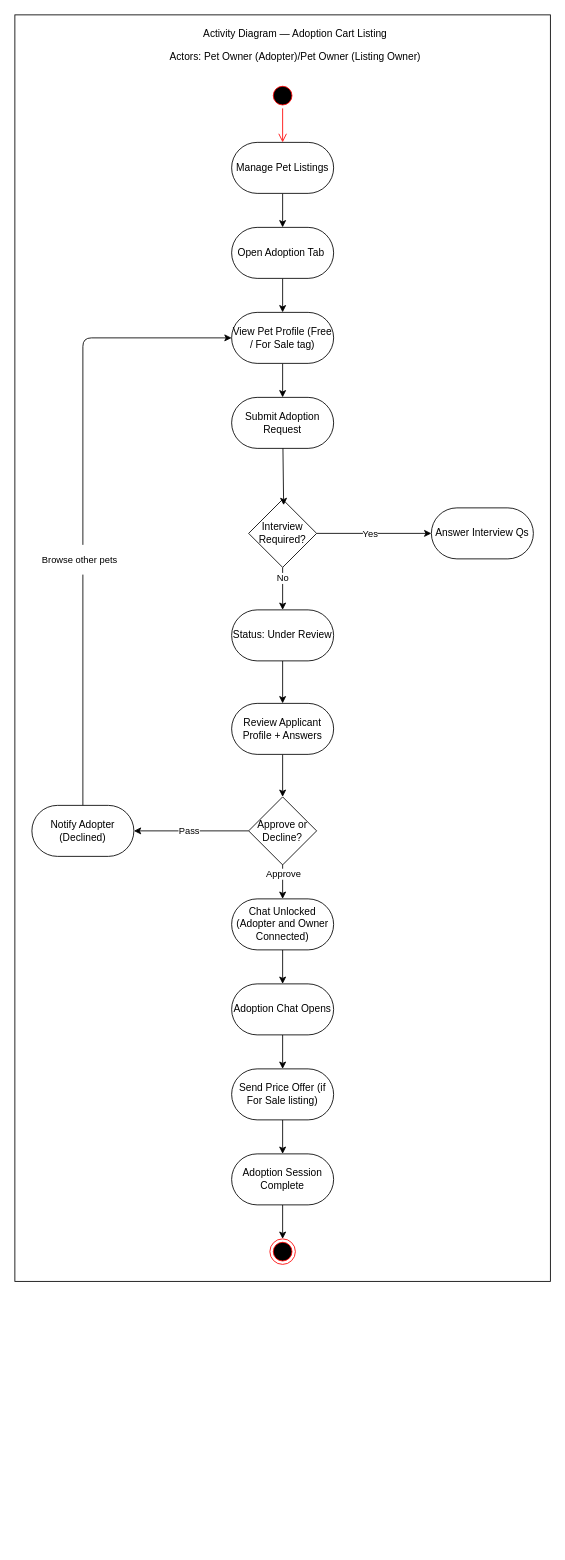
Earlier version of the draw.io diagram ActivityDiagram_Figure8_USALLA.drawio (Chels013/Breedr-Diagrams). Source tidied: cells renumbered, new cells numbered last; positions are measured from the earlier drawing's top-left corner, leaving out a move shared by most shapes. Both pictures are drawn from the tidied source at 85%, with x=0, y=0 at pixel (14, 14).
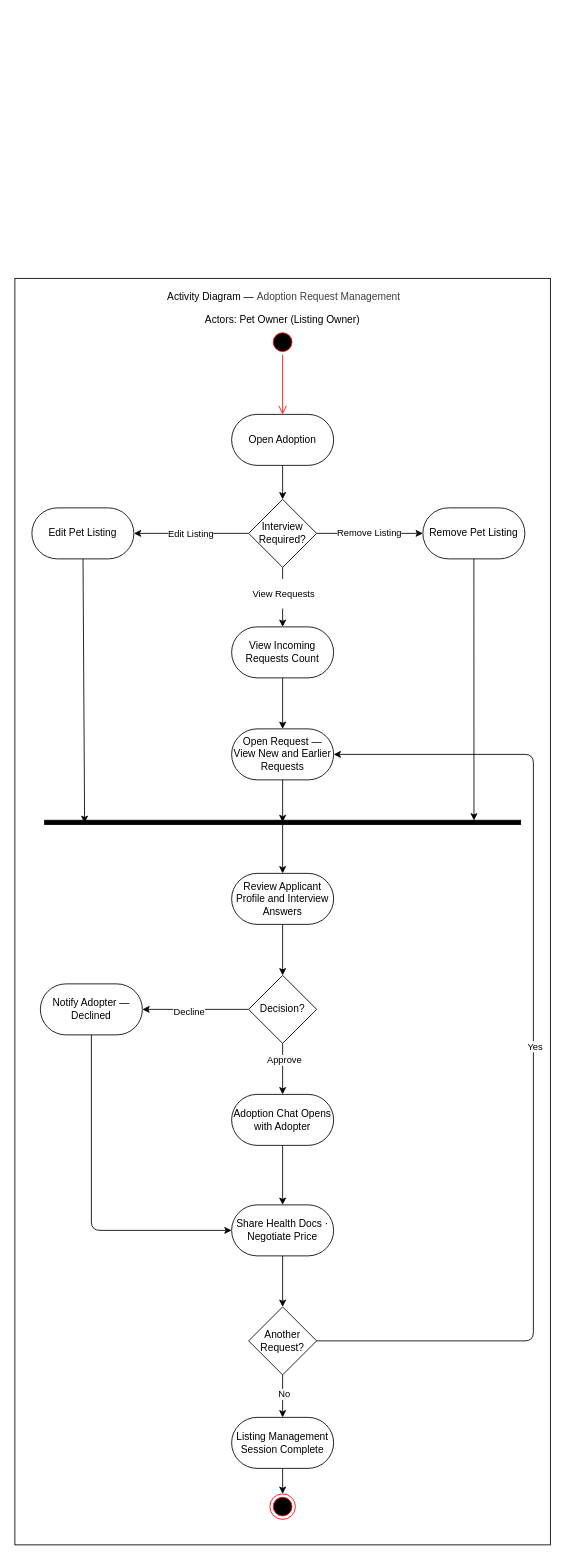
The same diagram, later.

The edit, as a diff of the source:
```diff
@@
-    <mxCell id="2" style="rounded=0;whiteSpace=wrap;html=1;" parent="1" vertex="1">
-      <mxGeometry width="630" height="1490" as="geometry" />
-    </mxCell>
-    <mxCell id="3" value="&lt;p&gt;&amp;nbsp;Activity Diagram — Adoption Cart Listing&amp;nbsp;&lt;/p&gt;&lt;p&gt;Actors: Pet Owner (Adopter)/Pet Owner (Listing Owner)&lt;/p&gt;" style="text;html=1;align=center;verticalAlign=middle;whiteSpace=wrap;rounded=0;" parent="1" vertex="1">
-      <mxGeometry x="100" y="20" width="460" height="30" as="geometry" />
-    </mxCell>
-    <mxCell id="4" style="edgeStyle=none;html=1;entryX=0.5;entryY=0;entryDx=0;entryDy=0;" parent="1" edge="1" source="5" target="9">
-      <mxGeometry relative="1" as="geometry" />
-    </mxCell>
-    <mxCell id="5" value="&lt;p&gt;Manage Pet Listings&lt;/p&gt;" style="rounded=1;whiteSpace=wrap;html=1;arcSize=50;" parent="1" vertex="1">
-      <mxGeometry x="255" y="150" width="120" height="60" as="geometry" />
-    </mxCell>
-    <mxCell id="6" style="ellipse;html=1;shape=startState;fillColor=#000000;strokeColor=#ff0000;" parent="1" vertex="1">
-      <mxGeometry x="300" y="80" width="30" height="30" as="geometry" />
-    </mxCell>
-    <mxCell id="7" style="edgeStyle=orthogonalEdgeStyle;html=1;verticalAlign=bottom;endArrow=open;endSize=8;strokeColor=#ff0000;entryX=0.5;entryY=0;entryDx=0;entryDy=0;" parent="1" edge="1" source="6" target="5">
-      <mxGeometry relative="1" as="geometry" />
-    </mxCell>
-    <mxCell id="8" style="edgeStyle=none;html=1;" parent="1" edge="1" source="9" target="11">
-      <mxGeometry relative="1" as="geometry" />
-    </mxCell>
-    <mxCell id="9" value="&lt;p&gt;Open Adoption Tab&amp;nbsp;&lt;/p&gt;" style="rounded=1;whiteSpace=wrap;html=1;arcSize=50;" parent="1" vertex="1">
-      <mxGeometry x="255" y="250" width="120" height="60" as="geometry" />
-    </mxCell>
-    <mxCell id="10" style="edgeStyle=none;html=1;" parent="1" edge="1" source="11" target="12">
-      <mxGeometry relative="1" as="geometry" />
-    </mxCell>
-    <mxCell id="11" value="&lt;p&gt;View Pet Profile (Free / For Sale tag)&lt;/p&gt;" style="rounded=1;whiteSpace=wrap;html=1;arcSize=50;" parent="1" vertex="1">
-      <mxGeometry x="255" y="350" width="120" height="60" as="geometry" />
-    </mxCell>
-    <mxCell id="12" value="&lt;p&gt;Submit Adoption Request&lt;/p&gt;" style="rounded=1;whiteSpace=wrap;html=1;arcSize=50;" parent="1" vertex="1">
-      <mxGeometry x="255" y="450" width="120" height="60" as="geometry" />
-    </mxCell>
-    <mxCell id="13" style="edgeStyle=none;html=1;entryX=0.5;entryY=0;entryDx=0;entryDy=0;" parent="1" edge="1" source="17" target="20">
-      <mxGeometry relative="1" as="geometry" />
-    </mxCell>
+    <mxCell id="41" style="rounded=0;whiteSpace=wrap;html=1;" parent="1" vertex="1">
+      <mxGeometry y="310" width="630" height="1490" as="geometry" />
+    </mxCell>
+    <mxCell id="42" value="&lt;p&gt;&amp;nbsp;Activity Diagram —&amp;nbsp;&lt;span style=&quot;color: rgb(63, 63, 63); background-color: transparent;&quot;&gt;Adoption Request Management&lt;/span&gt;&lt;/p&gt;&lt;p&gt;Actors: Pet Owner (Listing Owner)&lt;/p&gt;" style="text;html=1;align=center;verticalAlign=middle;whiteSpace=wrap;rounded=0;" parent="1" vertex="1">
+      <mxGeometry x="85" y="330" width="460" height="30" as="geometry" />
+    </mxCell>
+    <mxCell id="43" style="ellipse;html=1;shape=startState;fillColor=#000000;strokeColor=#ff0000;" parent="1" vertex="1">
+      <mxGeometry x="300" y="370" width="30" height="30" as="geometry" />
+    </mxCell>
+    <mxCell id="44" style="edgeStyle=orthogonalEdgeStyle;html=1;verticalAlign=bottom;endArrow=open;endSize=8;strokeColor=#ff0000;entryX=0.5;entryY=0;entryDx=0;entryDy=0;" parent="1" edge="1" source="43" target="46">
+      <mxGeometry relative="1" as="geometry" />
+    </mxCell>
+    <mxCell id="45" style="edgeStyle=none;html=1;entryX=0.5;entryY=0;entryDx=0;entryDy=0;" parent="1" edge="1" source="46" target="17">
+      <mxGeometry relative="1" as="geometry" />
+    </mxCell>
+    <mxCell id="46" value="&lt;p&gt;Open Adoption&lt;/p&gt;" style="rounded=1;whiteSpace=wrap;html=1;arcSize=50;" parent="1" vertex="1">
+      <mxGeometry x="255" y="470" width="120" height="60" as="geometry" />
+    </mxCell>
+    <mxCell id="47" style="edgeStyle=none;html=1;" parent="1" edge="1" source="17" target="54">
+      <mxGeometry relative="1" as="geometry" />
+    </mxCell>
+    <mxCell id="48" value="&lt;p&gt;Remove Listing&lt;/p&gt;" style="edgeLabel;html=1;align=center;verticalAlign=middle;" parent="47" vertex="1">
+      <mxGeometry x="-0.01" y="2" relative="1" as="geometry">
+        <mxPoint x="-1" as="offset" />
+      </mxGeometry>
+    </mxCell>
+    <mxCell id="49" style="edgeStyle=none;html=1;" parent="1" edge="1" source="17" target="55">
+      <mxGeometry relative="1" as="geometry" />
+    </mxCell>
+    <mxCell id="50" value="&lt;p&gt;Edit Listing&lt;/p&gt;" style="edgeLabel;html=1;align=center;verticalAlign=middle;" parent="49" vertex="1">
+      <mxGeometry x="0.01" relative="1" as="geometry">
+        <mxPoint x="-1" as="offset" />
+      </mxGeometry>
+    </mxCell>
+    <mxCell id="51" style="edgeStyle=none;html=1;" parent="1" edge="1" source="17" target="57">
+      <mxGeometry relative="1" as="geometry" />
+    </mxCell>
+    <mxCell id="52" value="&lt;p&gt;View Requests&lt;/p&gt;" style="edgeLabel;html=1;align=center;verticalAlign=middle;" parent="51" vertex="1">
+      <mxGeometry x="-0.49" y="1" relative="1" as="geometry">
+        <mxPoint x="-1" y="12" as="offset" />
+      </mxGeometry>
+    </mxCell>
+    <mxCell id="17" value="&lt;p&gt;Interview Required?&lt;/p&gt;" style="rhombus;whiteSpace=wrap;html=1;" parent="1" vertex="1">
+      <mxGeometry x="275" y="570" width="80" height="80" as="geometry" />
+    </mxCell>
+    <mxCell id="53" style="ellipse;html=1;shape=endState;fillColor=#000000;strokeColor=#ff0000;" parent="1" vertex="1">
+      <mxGeometry x="300" y="1740" width="30" height="30" as="geometry" />
+    </mxCell>
+    <mxCell id="54" value="&lt;p&gt;Remove Pet Listing&lt;/p&gt;" style="rounded=1;whiteSpace=wrap;html=1;arcSize=50;" parent="1" vertex="1">
+      <mxGeometry x="480" y="580" width="120" height="60" as="geometry" />
+    </mxCell>
+    <mxCell id="55" value="&lt;p&gt;Edit Pet Listing&lt;/p&gt;" style="rounded=1;whiteSpace=wrap;html=1;arcSize=50;" parent="1" vertex="1">
+      <mxGeometry x="20" y="580" width="120" height="60" as="geometry" />
+    </mxCell>
+    <mxCell id="56" style="edgeStyle=none;html=1;" parent="1" edge="1" source="57" target="58">
+      <mxGeometry relative="1" as="geometry" />
+    </mxCell>
+    <mxCell id="57" value="&lt;p&gt;View Incoming Requests Count&lt;/p&gt;" style="rounded=1;whiteSpace=wrap;html=1;arcSize=50;" parent="1" vertex="1">
+      <mxGeometry x="255" y="720" width="120" height="60" as="geometry" />
+    </mxCell>
+    <mxCell id="58" value="&lt;p&gt;Open Request — View New and Earlier Requests&lt;/p&gt;" style="rounded=1;whiteSpace=wrap;html=1;arcSize=50;" parent="1" vertex="1">
+      <mxGeometry x="255" y="840" width="120" height="60" as="geometry" />
+    </mxCell>
+    <mxCell id="59" style="edgeStyle=none;html=1;" parent="1" edge="1" source="60" target="66">
+      <mxGeometry relative="1" as="geometry" />
+    </mxCell>
+    <mxCell id="60" value="&lt;p&gt;Review Applicant Profile and Interview Answers&lt;/p&gt;" style="rounded=1;whiteSpace=wrap;html=1;arcSize=50;" parent="1" vertex="1">
+      <mxGeometry x="255" y="1010" width="120" height="60" as="geometry" />
+    </mxCell>
+    <mxCell id="61" style="edgeStyle=none;html=1;entryX=0;entryY=0.5;entryDx=0;entryDy=0;" parent="1" edge="1" source="62" target="70">
+      <mxGeometry relative="1" as="geometry">
+        <Array as="points">
+          <mxPoint x="90" y="1430" />
+        </Array>
+      </mxGeometry>
+    </mxCell>
+    <mxCell id="62" value="&lt;p&gt;Notify Adopter — Declined&lt;/p&gt;" style="rounded=1;whiteSpace=wrap;html=1;arcSize=50;" parent="1" vertex="1">
+      <mxGeometry x="30" y="1140" width="120" height="60" as="geometry" />
+    </mxCell>
+    <mxCell id="63" style="edgeStyle=none;html=1;" parent="1" edge="1" source="66" target="62">
+      <mxGeometry relative="1" as="geometry" />
+    </mxCell>
+    <mxCell id="64" value="&lt;p&gt;Decline&lt;/p&gt;" style="edgeLabel;html=1;align=center;verticalAlign=middle;" parent="63" vertex="1">
+      <mxGeometry x="0.13" y="2" relative="1" as="geometry" />
+    </mxCell>
+    <mxCell id="65" style="edgeStyle=none;html=1;entryX=0.5;entryY=0;entryDx=0;entryDy=0;" parent="1" edge="1" source="66" target="68">
+      <mxGeometry relative="1" as="geometry" />
+    </mxCell>
+    <mxCell id="24" value="Approve" style="edgeLabel;html=1;align=center;verticalAlign=middle;" parent="65" vertex="1">
+      <mxGeometry x="-0.38" y="1" relative="1" as="geometry" />
+    </mxCell>
+    <mxCell id="66" value="&lt;p&gt;Decision?&lt;/p&gt;" style="rhombus;whiteSpace=wrap;html=1;" parent="1" vertex="1">
+      <mxGeometry x="275" y="1130" width="80" height="80" as="geometry" />
+    </mxCell>
+    <mxCell id="67" style="edgeStyle=none;html=1;" parent="1" edge="1" source="68" target="70">
+      <mxGeometry relative="1" as="geometry" />
+    </mxCell>
+    <mxCell id="68" value="&lt;p&gt;Adoption Chat Opens with Adopter&lt;/p&gt;" style="rounded=1;whiteSpace=wrap;html=1;arcSize=50;" parent="1" vertex="1">
+      <mxGeometry x="255" y="1270" width="120" height="60" as="geometry" />
+    </mxCell>
+    <mxCell id="69" style="edgeStyle=none;html=1;entryX=0.5;entryY=0;entryDx=0;entryDy=0;" parent="1" edge="1" source="70" target="73">
+      <mxGeometry relative="1" as="geometry" />
+    </mxCell>
+    <mxCell id="70" value="&lt;p&gt;Share Health Docs · Negotiate Price&lt;/p&gt;" style="rounded=1;whiteSpace=wrap;html=1;arcSize=50;" parent="1" vertex="1">
+      <mxGeometry x="255" y="1400" width="120" height="60" as="geometry" />
+    </mxCell>
+    <mxCell id="71" style="edgeStyle=none;html=1;" parent="1" edge="1" source="73" target="75">
+      <mxGeometry relative="1" as="geometry" />
+    </mxCell>
-    <mxCell id="14" value="No" style="edgeLabel;html=1;align=center;verticalAlign=middle;" parent="13" vertex="1">
-      <mxGeometry x="-0.53" y="-1" relative="1" as="geometry" />
+    <mxCell id="14" value="No" style="edgeLabel;html=1;align=center;verticalAlign=middle;" parent="71" vertex="1">
+      <mxGeometry x="-0.14" y="1" relative="1" as="geometry" />
     </mxCell>
-    <mxCell id="15" style="edgeStyle=none;html=1;entryX=0;entryY=0.5;entryDx=0;entryDy=0;" parent="1" edge="1" source="17" target="18">
-      <mxGeometry relative="1" as="geometry" />
-    </mxCell>
+    <mxCell id="72" style="edgeStyle=none;html=1;entryX=1;entryY=0.5;entryDx=0;entryDy=0;" parent="1" edge="1" source="73" target="58">
+      <mxGeometry relative="1" as="geometry">
+        <Array as="points">
+          <mxPoint x="610" y="1560" />
+          <mxPoint x="610" y="870" />
+        </Array>
+      </mxGeometry>
+    </mxCell>
-    <mxCell id="16" value="Yes" style="edgeLabel;html=1;align=center;verticalAlign=middle;" parent="15" vertex="1">
-      <mxGeometry x="-0.08" relative="1" as="geometry" />
+    <mxCell id="16" value="Yes" style="edgeLabel;html=1;align=center;verticalAlign=middle;" parent="72" vertex="1">
+      <mxGeometry x="0.02" y="-1" relative="1" as="geometry" />
     </mxCell>
-    <mxCell id="17" value="&lt;p&gt;Interview Required?&lt;/p&gt;" style="rhombus;whiteSpace=wrap;html=1;" parent="1" vertex="1">
-      <mxGeometry x="275" y="570" width="80" height="80" as="geometry" />
-    </mxCell>
-    <mxCell id="18" value="&lt;p&gt;Answer Interview Qs&lt;/p&gt;" style="rounded=1;whiteSpace=wrap;html=1;arcSize=50;" parent="1" vertex="1">
-      <mxGeometry x="490" y="580" width="120" height="60" as="geometry" />
-    </mxCell>
-    <mxCell id="19" style="edgeStyle=none;html=1;entryX=0.5;entryY=0;entryDx=0;entryDy=0;" parent="1" edge="1" source="20" target="22">
-      <mxGeometry relative="1" as="geometry" />
-    </mxCell>
-    <mxCell id="20" value="&lt;p&gt;Status: Under Review&lt;/p&gt;" style="rounded=1;whiteSpace=wrap;html=1;arcSize=50;" parent="1" vertex="1">
-      <mxGeometry x="255" y="700" width="120" height="60" as="geometry" />
-    </mxCell>
-    <mxCell id="21" style="edgeStyle=none;html=1;" parent="1" edge="1" source="22" target="27">
-      <mxGeometry relative="1" as="geometry" />
-    </mxCell>
-    <mxCell id="22" value="&lt;p&gt;Review Applicant Profile + Answers&lt;/p&gt;" style="rounded=1;whiteSpace=wrap;html=1;arcSize=50;" parent="1" vertex="1">
-      <mxGeometry x="255" y="810" width="120" height="60" as="geometry" />
-    </mxCell>
-    <mxCell id="23" style="edgeStyle=none;html=1;entryX=0.5;entryY=0;entryDx=0;entryDy=0;" parent="1" edge="1" source="27" target="32">
-      <mxGeometry relative="1" as="geometry" />
-    </mxCell>
-    <mxCell id="24" value="Approve" style="edgeLabel;html=1;align=center;verticalAlign=middle;" parent="23" vertex="1">
-      <mxGeometry x="-0.58" y="-2" relative="1" as="geometry">
-        <mxPoint x="2" y="2" as="offset" />
-      </mxGeometry>
-    </mxCell>
-    <mxCell id="25" style="edgeStyle=none;html=1;entryX=1;entryY=0.5;entryDx=0;entryDy=0;" parent="1" edge="1" source="27" target="30">
-      <mxGeometry relative="1" as="geometry" />
-    </mxCell>
-    <mxCell id="26" value="Pass" style="edgeLabel;html=1;align=center;verticalAlign=middle;" parent="25" vertex="1">
-      <mxGeometry x="0.05" y="-1" relative="1" as="geometry" />
-    </mxCell>
-    <mxCell id="27" value="&lt;p&gt;Approve or Decline?&lt;/p&gt;" style="rhombus;whiteSpace=wrap;html=1;" parent="1" vertex="1">
-      <mxGeometry x="275" y="920" width="80" height="80" as="geometry" />
-    </mxCell>
-    <mxCell id="28" style="edgeStyle=none;html=1;entryX=0;entryY=0.5;entryDx=0;entryDy=0;" parent="1" edge="1" source="30" target="11">
-      <mxGeometry relative="1" as="geometry">
-        <Array as="points">
-          <mxPoint x="80" y="380" />
-        </Array>
-      </mxGeometry>
-    </mxCell>
-    <mxCell id="29" value="&lt;p&gt;Browse other pets&lt;/p&gt;" style="edgeLabel;html=1;align=center;verticalAlign=middle;" parent="28" vertex="1">
-      <mxGeometry x="-0.2" y="5" relative="1" as="geometry" />
-    </mxCell>
-    <mxCell id="30" value="&lt;p&gt;Notify Adopter (Declined)&lt;/p&gt;" style="rounded=1;whiteSpace=wrap;html=1;arcSize=50;" parent="1" vertex="1">
-      <mxGeometry x="20" y="930" width="120" height="60" as="geometry" />
-    </mxCell>
-    <mxCell id="31" style="edgeStyle=none;html=1;" parent="1" edge="1" source="32" target="34">
-      <mxGeometry relative="1" as="geometry" />
-    </mxCell>
-    <mxCell id="32" value="&lt;p&gt;Chat Unlocked (Adopter and Owner Connected)&lt;/p&gt;" style="rounded=1;whiteSpace=wrap;html=1;arcSize=50;" parent="1" vertex="1">
-      <mxGeometry x="255" y="1040" width="120" height="60" as="geometry" />
-    </mxCell>
-    <mxCell id="33" style="edgeStyle=none;html=1;entryX=0.5;entryY=0;entryDx=0;entryDy=0;" parent="1" edge="1" source="34" target="36">
-      <mxGeometry relative="1" as="geometry" />
-    </mxCell>
-    <mxCell id="34" value="&lt;p&gt;Adoption Chat Opens&lt;/p&gt;" style="rounded=1;whiteSpace=wrap;html=1;arcSize=50;" parent="1" vertex="1">
-      <mxGeometry x="255" y="1140" width="120" height="60" as="geometry" />
-    </mxCell>
-    <mxCell id="35" style="edgeStyle=none;html=1;entryX=0.5;entryY=0;entryDx=0;entryDy=0;" parent="1" edge="1" source="36" target="38">
-      <mxGeometry relative="1" as="geometry" />
-    </mxCell>
-    <mxCell id="36" value="&lt;p&gt;Send Price Offer (if For Sale listing)&lt;/p&gt;" style="rounded=1;whiteSpace=wrap;html=1;arcSize=50;" parent="1" vertex="1">
-      <mxGeometry x="255" y="1240" width="120" height="60" as="geometry" />
-    </mxCell>
-    <mxCell id="37" style="edgeStyle=none;html=1;entryX=0.5;entryY=0;entryDx=0;entryDy=0;" parent="1" edge="1" source="38" target="39">
-      <mxGeometry relative="1" as="geometry" />
-    </mxCell>
-    <mxCell id="38" value="&lt;p&gt;Adoption Session Complete&lt;/p&gt;" style="rounded=1;whiteSpace=wrap;html=1;arcSize=50;" parent="1" vertex="1">
-      <mxGeometry x="255" y="1340" width="120" height="60" as="geometry" />
-    </mxCell>
-    <mxCell id="39" style="ellipse;html=1;shape=endState;fillColor=#000000;strokeColor=#ff0000;" parent="1" vertex="1">
-      <mxGeometry x="300" y="1440" width="30" height="30" as="geometry" />
-    </mxCell>
-    <mxCell id="40" style="edgeStyle=none;html=1;entryX=0.515;entryY=0.084;entryDx=0;entryDy=0;entryPerimeter=0;" parent="1" edge="1" source="12" target="17">
-      <mxGeometry relative="1" as="geometry" />
-    </mxCell>
+    <mxCell id="73" value="&lt;p&gt;Another Request?&lt;/p&gt;" style="rhombus;whiteSpace=wrap;html=1;" parent="1" vertex="1">
+      <mxGeometry x="275" y="1520" width="80" height="80" as="geometry" />
+    </mxCell>
+    <mxCell id="74" style="edgeStyle=none;html=1;" parent="1" edge="1" source="75" target="53">
+      <mxGeometry relative="1" as="geometry" />
+    </mxCell>
+    <mxCell id="75" value="&lt;p&gt;Listing Management Session Complete&lt;/p&gt;" style="rounded=1;whiteSpace=wrap;html=1;arcSize=50;" parent="1" vertex="1">
+      <mxGeometry x="255" y="1650" width="120" height="60" as="geometry" />
+    </mxCell>
+    <mxCell id="76" style="edgeStyle=none;html=1;entryX=0.5;entryY=0;entryDx=0;entryDy=0;" parent="1" edge="1" source="77" target="60">
+      <mxGeometry relative="1" as="geometry" />
+    </mxCell>
+    <mxCell id="77" style="html=1;points=[];perimeter=orthogonalPerimeter;fillColor=strokeColor;rotation=90;" parent="1" vertex="1">
+      <mxGeometry x="312.5" y="670" width="5" height="560" as="geometry" />
+    </mxCell>
+    <mxCell id="78" style="edgeStyle=none;html=1;entryX=0.65;entryY=0.916;entryDx=0;entryDy=0;entryPerimeter=0;" parent="1" edge="1" source="55" target="77">
+      <mxGeometry relative="1" as="geometry" />
+    </mxCell>
+    <mxCell id="79" style="edgeStyle=none;html=1;entryX=0.45;entryY=0.5;entryDx=0;entryDy=0;entryPerimeter=0;" parent="1" edge="1" source="58" target="77">
+      <mxGeometry relative="1" as="geometry" />
+    </mxCell>
+    <mxCell id="80" style="edgeStyle=none;html=1;entryX=0.05;entryY=0.098;entryDx=0;entryDy=0;entryPerimeter=0;" parent="1" edge="1" source="54" target="77">
+      <mxGeometry relative="1" as="geometry" />
+    </mxCell>
```
